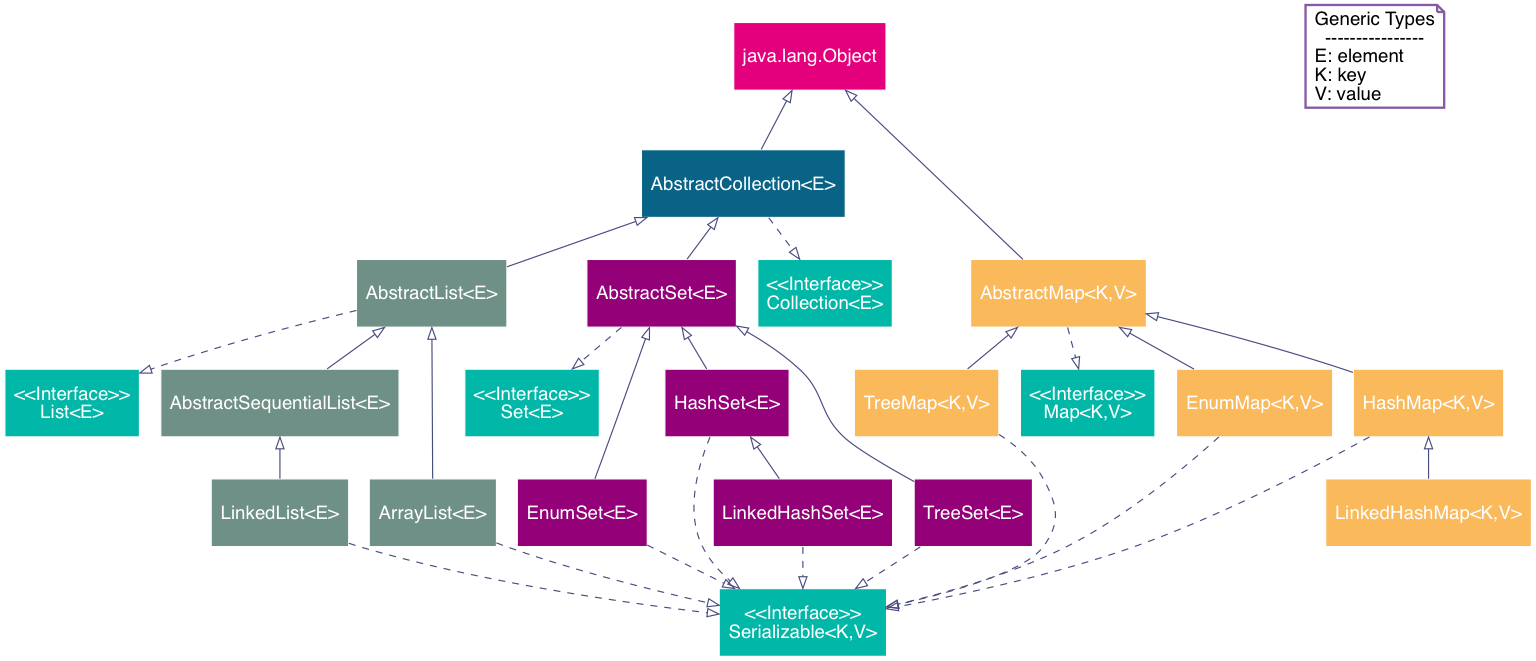
Jeanhwea/jeanhwea.github.io keeps this Graphviz diagram as static/image/2019/07/java-collections.png. Above is the earlier version. Its source is kept beside it as static/image/2019/07/java-collections.dot.
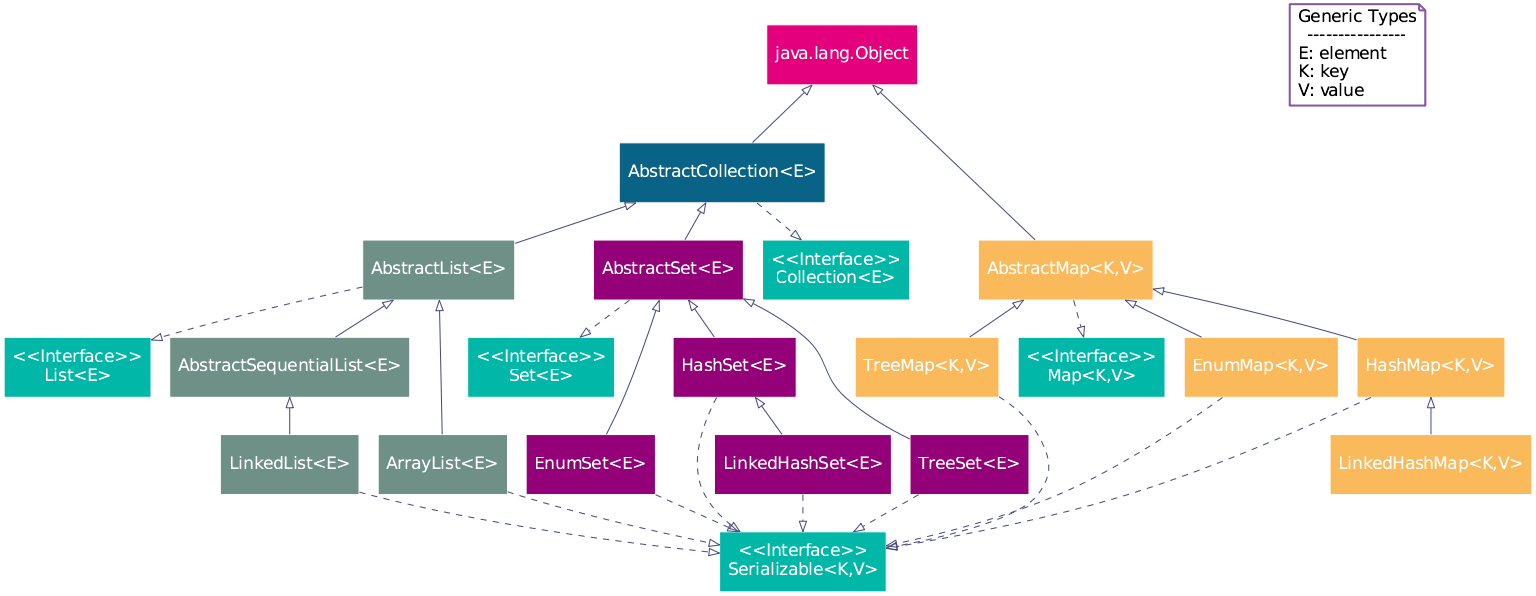
The same diagram one commit later.

What changed in the source:
```diff
@@ -2,7 +2,7 @@
   size="16"
 
   node [
-    fontname="Helvetia";
+    fontname="Helvetia-Normal";
     fontsize=16;
   ];
   generic_types [
```
